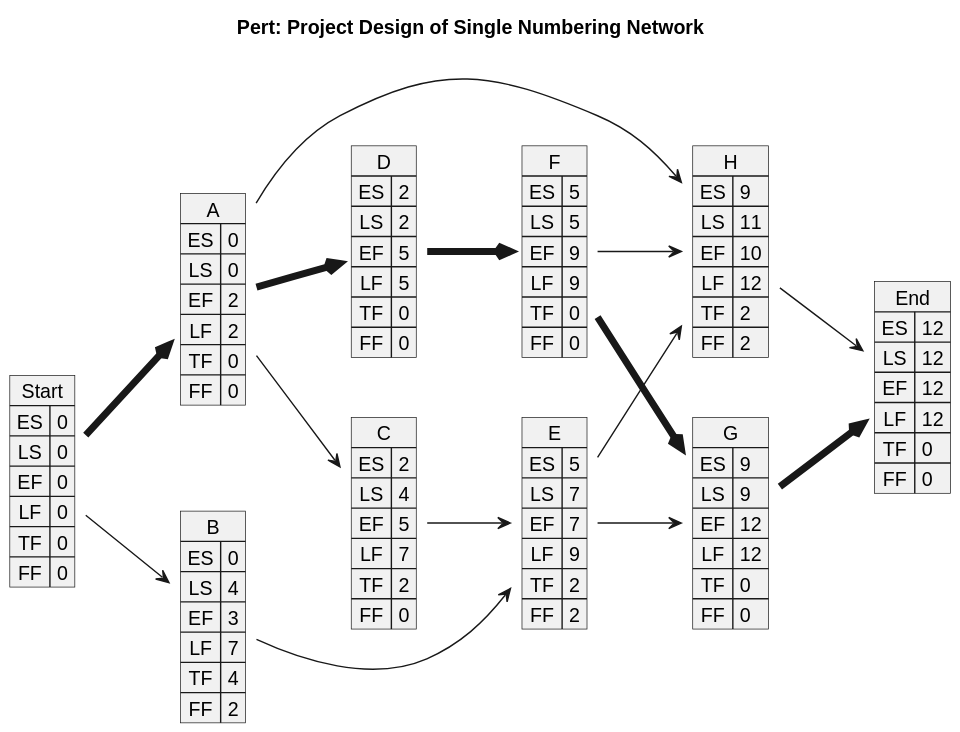
Before: __temp__/PERT_sNN.svg, a diagram exported from PlantUML (SCWM-P/PM_code_LLM_plantuml).
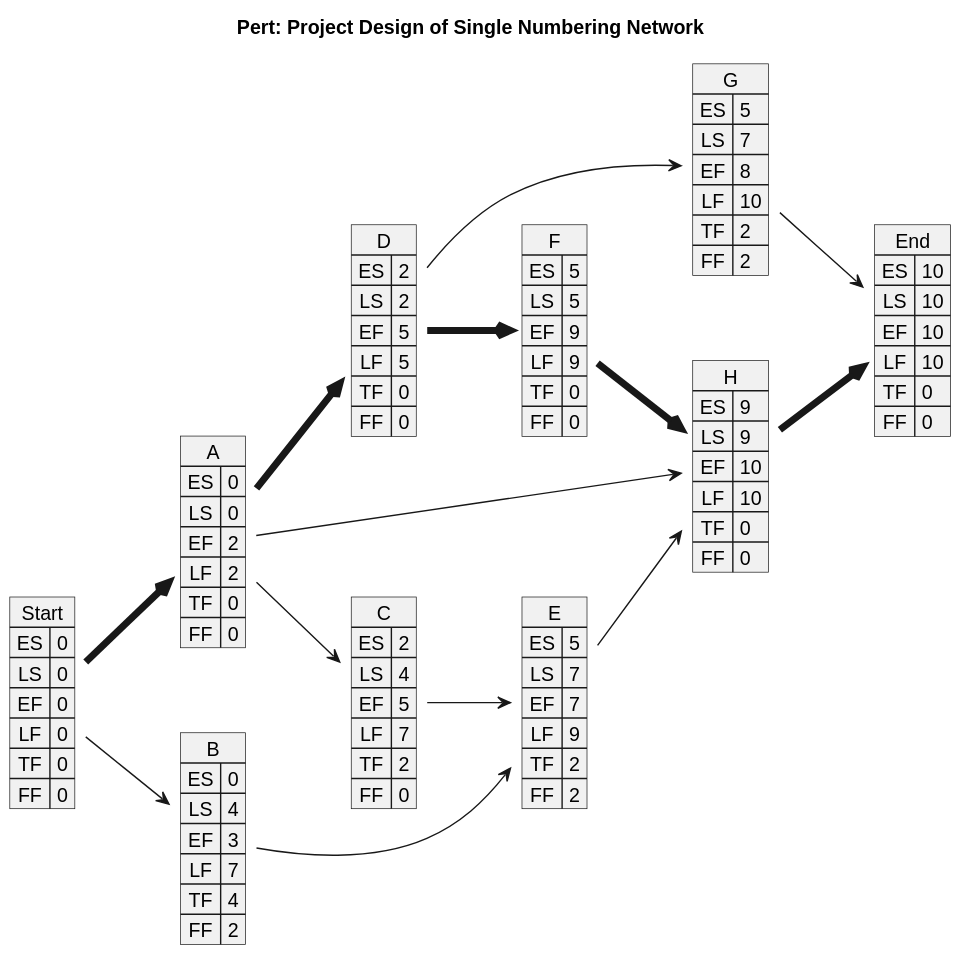
Above is the later version.

The edit, as a diff of the source:
```diff
@@ -58,26 +58,26 @@
     FF => 0
 }
 map G {
+    ES => 5
+    LS => 7
+    EF => 8
+    LF => 10
+    TF => 2
+    FF => 2
+}
+map H {
     ES => 9
     LS => 9
-    EF => 12
-    LF => 12
+    EF => 10
+    LF => 10
     TF => 0
     FF => 0
 }
-map H {
-    ES => 9
-    LS => 11
+map End {
+    ES => 10
+    LS => 10
     EF => 10
-    LF => 12
-    TF => 2
-    FF => 2
-}
-map End {
-    ES => 12
-    LS => 12
-    EF => 12
-    LF => 12
+    LF => 10
     TF => 0
     FF => 0
 }
@@ -88,11 +88,10 @@
 B --> E
 C --> E
 D -[thickness=5]-> F
-E --> G
-F -[thickness=5]-> G
+D --> G
 A --> H
 E --> H
-F --> H
-G -[thickness=5]-> End
-H --> End
+F -[thickness=5]-> H
+G --> End
+H -[thickness=5]-> End
 @enduml
```
